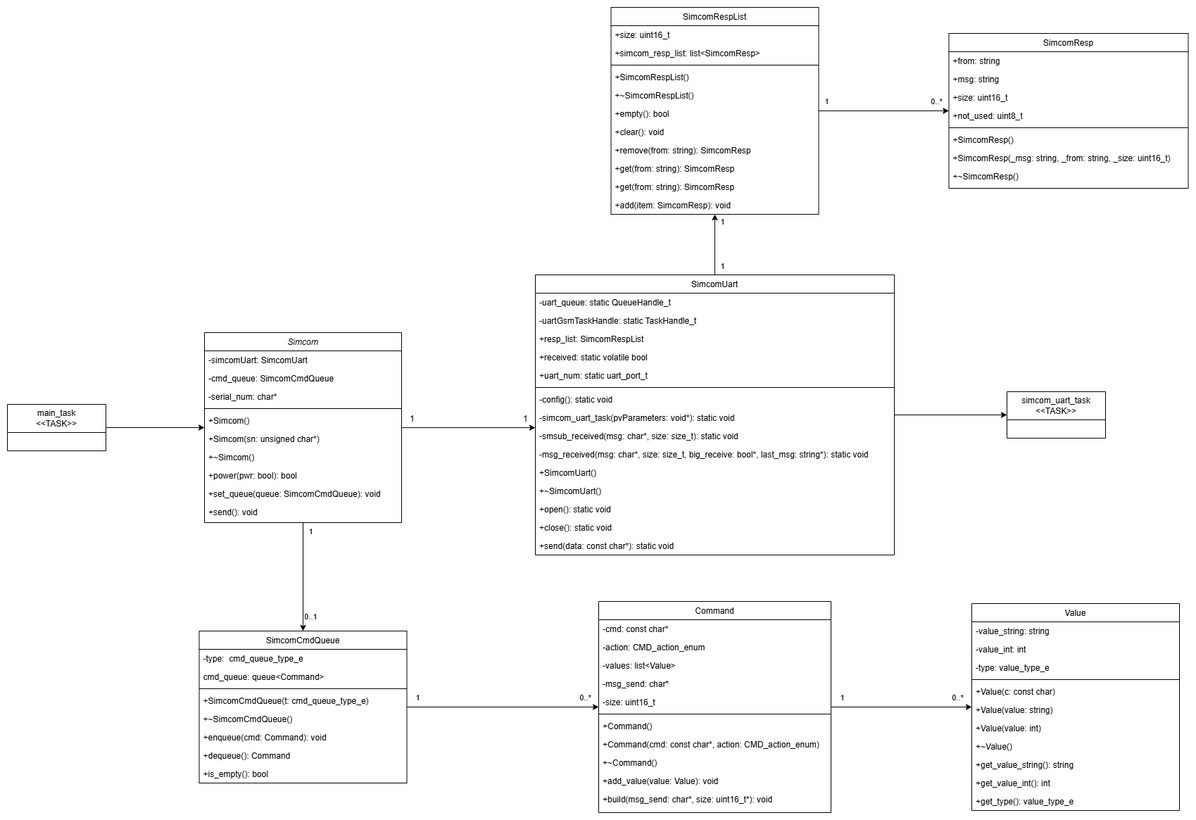
Earlier version of the draw.io export images/diagram.png (EduardoKPVeiga/Simcom). Source tidied: cells renumbered, new cells last; positions are measured from the earlier drawing's top-left corner, leaving out a move shared by most shapes.
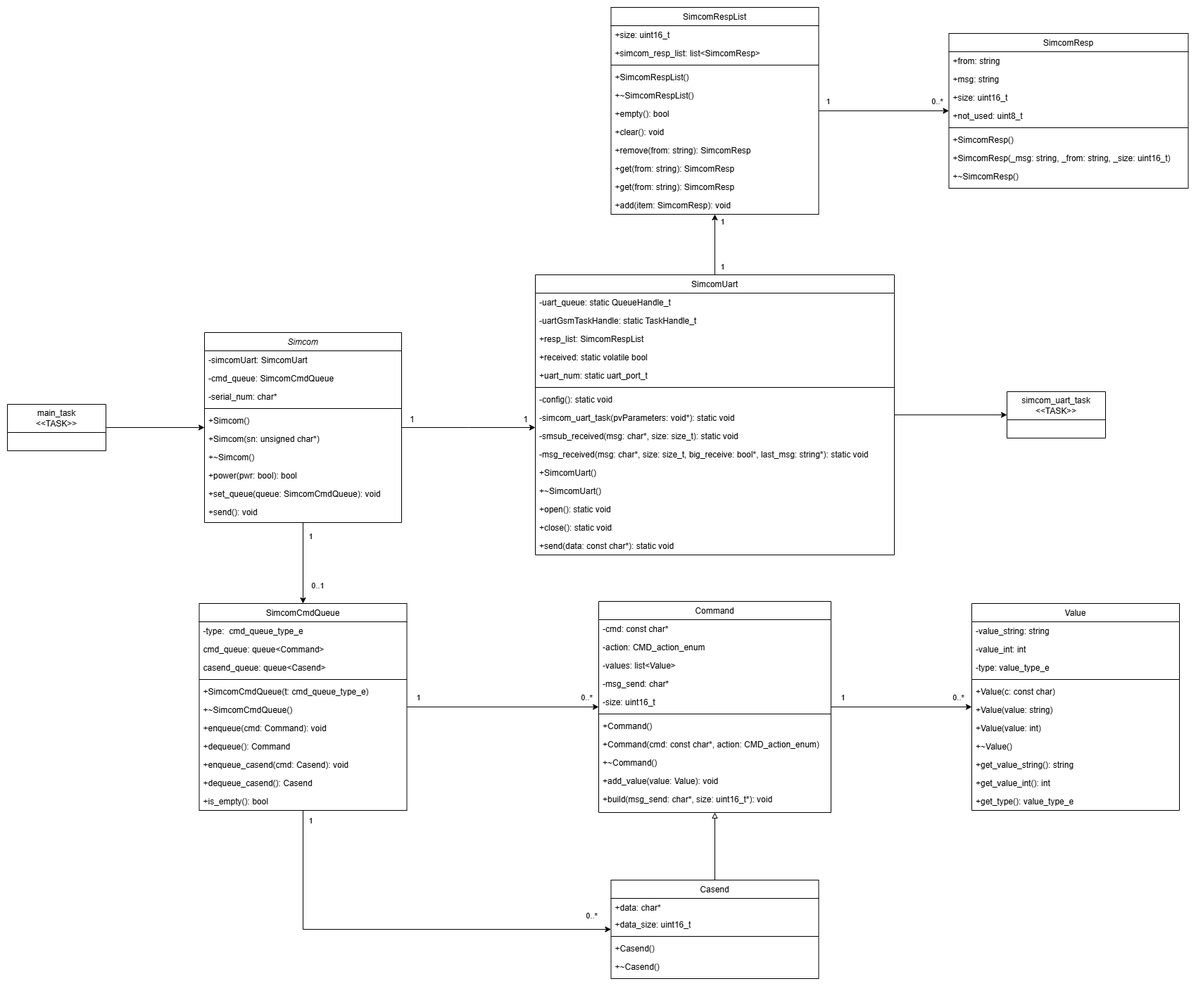
Later version of the same file.

What changed in the source:
```diff
@@ -7,12 +7,12 @@
     </mxCell>
     <mxCell id="3" value="1" style="edgeLabel;html=1;align=center;verticalAlign=middle;" parent="2" vertex="1">
       <mxGeometry x="-0.84" y="3" relative="1" as="geometry">
-        <mxPoint x="7" y="-1" as="offset" />
+        <mxPoint x="7" y="9" as="offset" />
       </mxGeometry>
     </mxCell>
     <mxCell id="4" value="0..1" style="edgeLabel;html=1;align=center;verticalAlign=middle;" parent="2" vertex="1">
       <mxGeometry x="0.73" y="1" relative="1" as="geometry">
-        <mxPoint x="9" as="offset" />
+        <mxPoint x="19" y="-11" as="offset" />
       </mxGeometry>
     </mxCell>
     <mxCell id="5" style="edgeStyle=orthogonalEdgeStyle;rounded=0;jettySize=auto;html=1;" parent="1" edge="1" source="29" target="84">
@@ -61,8 +61,25 @@
     <mxCell id="18" value="+send(): void" style="text;align=left;verticalAlign=top;spacingLeft=4;spacingRight=4;overflow=hidden;" parent="8" vertex="1">
       <mxGeometry y="242" width="280" height="26" as="geometry" />
     </mxCell>
+    <mxCell id="105" style="edgeStyle=orthogonalEdgeStyle;rounded=0;jettySize=auto;html=1;" parent="1" edge="1" source="19" target="112">
+      <mxGeometry relative="1" as="geometry">
+        <Array as="points">
+          <mxPoint x="420" y="1310" />
+        </Array>
+      </mxGeometry>
+    </mxCell>
+    <mxCell id="106" value="1" style="edgeLabel;html=1;align=center;verticalAlign=middle;" parent="105" vertex="1">
+      <mxGeometry x="-0.95" y="1" relative="1" as="geometry">
+        <mxPoint x="9" as="offset" />
+      </mxGeometry>
+    </mxCell>
+    <mxCell id="107" value="0..*" style="edgeLabel;html=1;align=center;verticalAlign=middle;" parent="105" vertex="1">
+      <mxGeometry x="0.91" y="-1" relative="1" as="geometry">
+        <mxPoint y="-21" as="offset" />
+      </mxGeometry>
+    </mxCell>
     <mxCell id="19" value="SimcomCmdQueue" style="swimlane;fontStyle=0;align=center;verticalAlign=top;horizontal=1;startSize=26;rounded=0;shadow=0;strokeWidth=1;" parent="1" vertex="1">
-      <mxGeometry x="272.5" y="886" width="295" height="216" as="geometry" />
+      <mxGeometry x="272.5" y="847" width="295" height="294" as="geometry" />
     </mxCell>
     <mxCell id="20" value="-type:  cmd_queue_type_e" style="text;align=left;verticalAlign=top;spacingLeft=4;spacingRight=4;overflow=hidden;" parent="19" vertex="1">
       <mxGeometry y="26" width="295" height="26" as="geometry" />
@@ -70,23 +87,32 @@
     <mxCell id="21" value="cmd_queue: queue&lt;Command&gt;" style="text;align=left;verticalAlign=top;spacingLeft=4;spacingRight=4;overflow=hidden;rounded=0;shadow=0;html=0;" parent="19" vertex="1">
       <mxGeometry y="52" width="295" height="26" as="geometry" />
     </mxCell>
+    <mxCell id="108" value="casend_queue: queue&lt;Casend&gt;" style="text;align=left;verticalAlign=top;spacingLeft=4;spacingRight=4;overflow=hidden;rounded=0;shadow=0;html=0;" parent="19" vertex="1">
+      <mxGeometry y="78" width="295" height="26" as="geometry" />
+    </mxCell>
     <mxCell id="22" style="line;html=1;strokeWidth=1;align=left;verticalAlign=middle;spacingTop=-1;spacingLeft=3;spacingRight=3;labelPosition=right;" parent="19" vertex="1">
-      <mxGeometry y="78" width="295" height="8" as="geometry" />
+      <mxGeometry y="104" width="295" height="8" as="geometry" />
     </mxCell>
     <mxCell id="23" value="+SimcomCmdQueue(t: cmd_queue_type_e)" style="text;align=left;verticalAlign=top;spacingLeft=4;spacingRight=4;overflow=hidden;fontStyle=0;" parent="19" vertex="1">
-      <mxGeometry y="86" width="295" height="26" as="geometry" />
+      <mxGeometry y="112" width="295" height="26" as="geometry" />
     </mxCell>
     <mxCell id="24" value="+~SimcomCmdQueue()" style="text;align=left;verticalAlign=top;spacingLeft=4;spacingRight=4;overflow=hidden;fontStyle=0;" parent="19" vertex="1">
-      <mxGeometry y="112" width="295" height="26" as="geometry" />
+      <mxGeometry y="138" width="295" height="26" as="geometry" />
     </mxCell>
     <mxCell id="25" value="+enqueue(cmd: Command): void" style="text;align=left;verticalAlign=top;spacingLeft=4;spacingRight=4;overflow=hidden;fontStyle=0;" parent="19" vertex="1">
-      <mxGeometry y="138" width="295" height="26" as="geometry" />
+      <mxGeometry y="164" width="295" height="26" as="geometry" />
     </mxCell>
     <mxCell id="26" value="+dequeue(): Command" style="text;align=left;verticalAlign=top;spacingLeft=4;spacingRight=4;overflow=hidden;fontStyle=0;" parent="19" vertex="1">
-      <mxGeometry y="164" width="295" height="26" as="geometry" />
+      <mxGeometry y="190" width="295" height="26" as="geometry" />
     </mxCell>
+    <mxCell id="109" value="+enqueue_casend(cmd: Casend): void" style="text;align=left;verticalAlign=top;spacingLeft=4;spacingRight=4;overflow=hidden;fontStyle=0;" parent="19" vertex="1">
+      <mxGeometry y="216" width="295" height="26" as="geometry" />
+    </mxCell>
+    <mxCell id="110" value="+dequeue_casend(): Casend" style="text;align=left;verticalAlign=top;spacingLeft=4;spacingRight=4;overflow=hidden;fontStyle=0;" parent="19" vertex="1">
+      <mxGeometry y="242" width="295" height="26" as="geometry" />
+    </mxCell>
     <mxCell id="27" value="+is_empty(): bool" style="text;align=left;verticalAlign=top;spacingLeft=4;spacingRight=4;overflow=hidden;fontStyle=0;" parent="19" vertex="1">
-      <mxGeometry y="190" width="295" height="26" as="geometry" />
+      <mxGeometry y="268" width="295" height="26" as="geometry" />
     </mxCell>
     <mxCell id="28" style="edgeStyle=orthogonalEdgeStyle;rounded=0;jettySize=auto;html=1;" parent="1" edge="1" source="29" target="78">
       <mxGeometry relative="1" as="geometry" />
@@ -337,5 +363,26 @@
     <mxCell id="104" value="+~SimcomResp()" style="text;align=left;verticalAlign=top;spacingLeft=4;spacingRight=4;overflow=hidden;fontStyle=0;" parent="96" vertex="1">
       <mxGeometry y="190" width="340" height="26" as="geometry" />
     </mxCell>
+    <mxCell id="111" style="edgeStyle=orthogonalEdgeStyle;rounded=0;jettySize=auto;html=1;endArrow=block;endFill=0;" parent="1" edge="1" source="112" target="51">
+      <mxGeometry relative="1" as="geometry" />
+    </mxCell>
+    <mxCell id="112" value="Casend" style="swimlane;fontStyle=0;align=center;verticalAlign=top;horizontal=1;startSize=26;rounded=0;shadow=0;strokeWidth=1;" parent="1" vertex="1">
+      <mxGeometry x="857.5" y="1240" width="295" height="140" as="geometry" />
+    </mxCell>
+    <mxCell id="113" value="+data: char*" style="text;align=left;verticalAlign=top;spacingLeft=4;spacingRight=4;overflow=hidden;" parent="112" vertex="1">
+      <mxGeometry y="26" width="295" height="24" as="geometry" />
+    </mxCell>
+    <mxCell id="114" value="+data_size: uint16_t" style="text;align=left;verticalAlign=top;spacingLeft=4;spacingRight=4;overflow=hidden;rounded=0;shadow=0;html=0;" parent="112" vertex="1">
+      <mxGeometry y="50" width="295" height="26" as="geometry" />
+    </mxCell>
+    <mxCell id="115" style="line;html=1;strokeWidth=1;align=left;verticalAlign=middle;spacingTop=-1;spacingLeft=3;spacingRight=3;labelPosition=right;" parent="112" vertex="1">
+      <mxGeometry y="76" width="295" height="8" as="geometry" />
+    </mxCell>
+    <mxCell id="116" value="+Casend()" style="text;align=left;verticalAlign=top;spacingLeft=4;spacingRight=4;overflow=hidden;fontStyle=0;" parent="112" vertex="1">
+      <mxGeometry y="84" width="295" height="26" as="geometry" />
+    </mxCell>
+    <mxCell id="117" value="+~Casend()" style="text;align=left;verticalAlign=top;spacingLeft=4;spacingRight=4;overflow=hidden;fontStyle=0;" parent="112" vertex="1">
+      <mxGeometry y="110" width="295" height="26" as="geometry" />
+    </mxCell>
   </root>
 </mxGraphModel>
```
